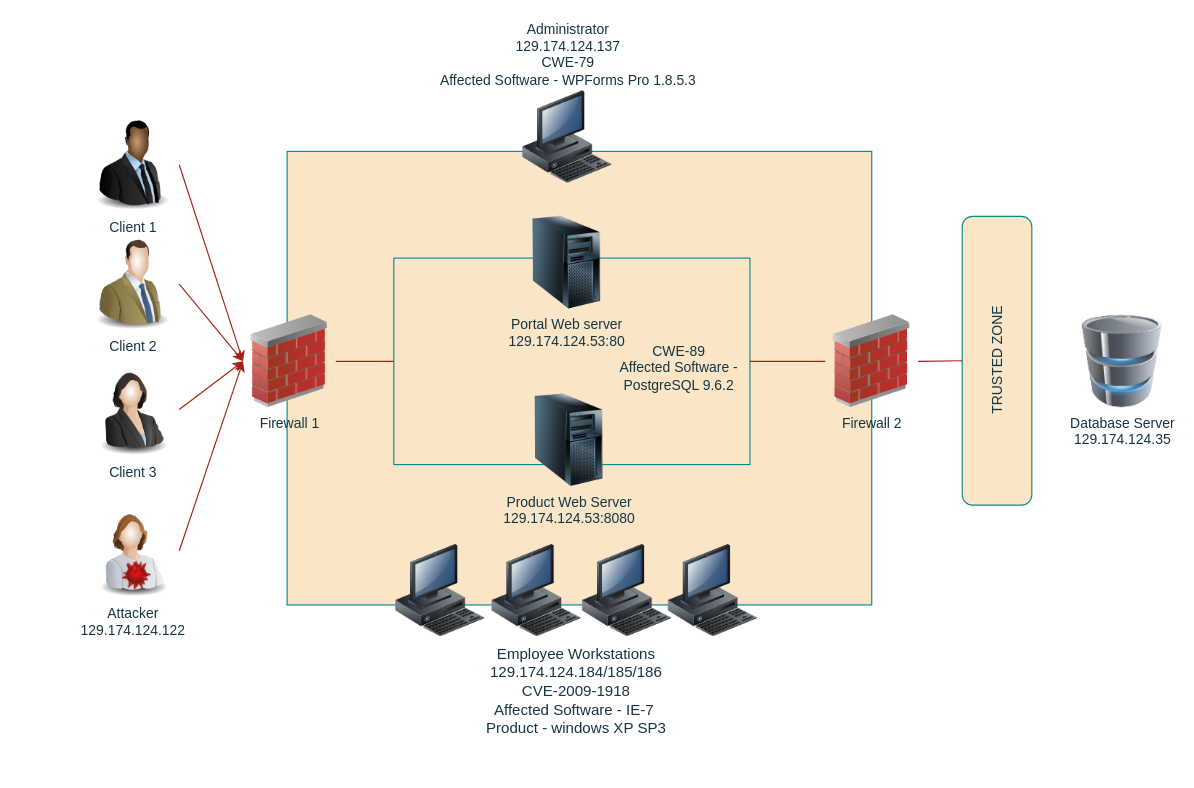
The draw.io diagram Untitled Diagram.drawio in Akshitha181203/BTP, before the edit. Source tidied: cells renumbered, new cells numbered last; positions are measured from the earlier drawing's top-left corner, leaving out a move shared by most shapes. Both pictures are drawn from the tidied source at 116%, with x=0, y=0 at pixel (86, 90).
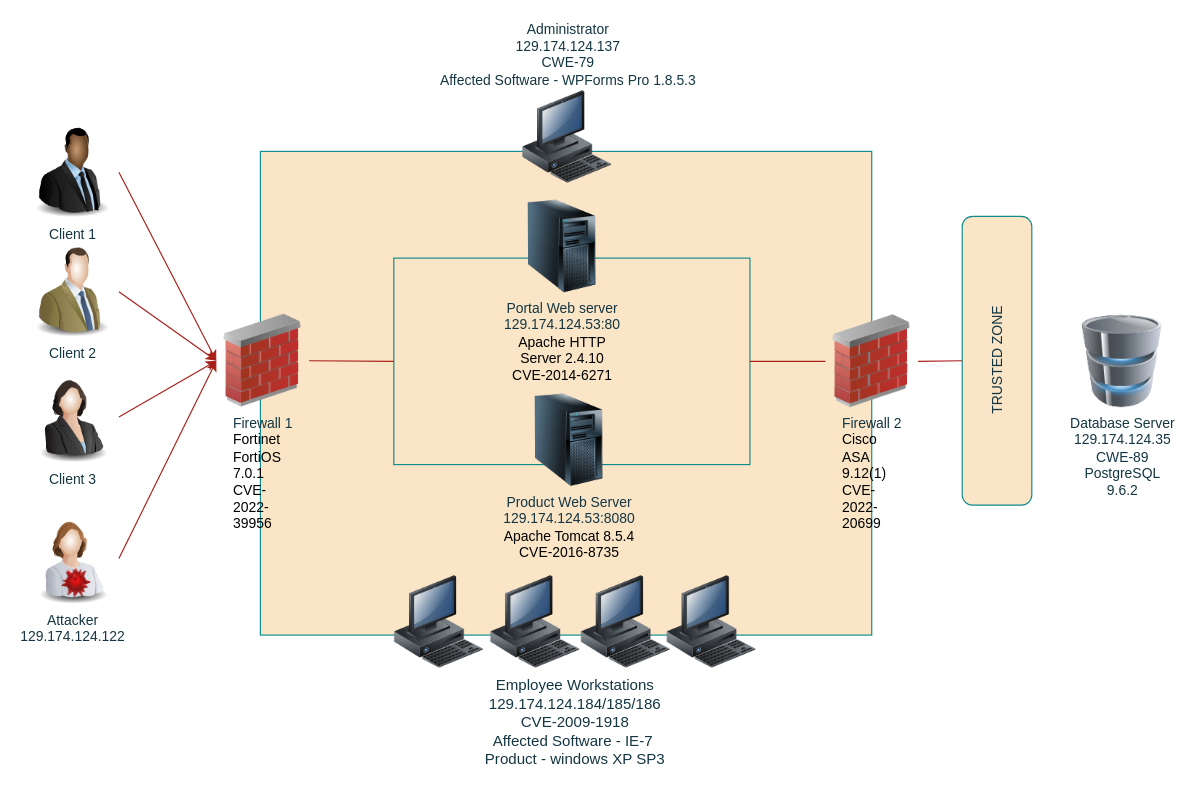
Above is the later version.

Diff of the diagram source:
```diff
@@
     <mxCell id="2" style="rounded=0;whiteSpace=wrap;html=1;labelBackgroundColor=none;fillColor=#FAE5C7;strokeColor=#0F8B8D;fontColor=#143642;" parent="1" vertex="1">
-      <mxGeometry x="173" y="52" width="504" height="391" as="geometry" />
+      <mxGeometry x="150" y="52" width="527" height="417" as="geometry" />
     </mxCell>
     <mxCell id="3" value="Client 3" style="image;html=1;image=img/lib/clip_art/people/Suit_Woman_128x128.png;labelBackgroundColor=none;fillColor=#FAE5C7;strokeColor=#0F8B8D;fontColor=#143642;" parent="1" vertex="1">
-      <mxGeometry y="234.5" width="80" height="80" as="geometry" />
+      <mxGeometry x="-52" y="241" width="80" height="80" as="geometry" />
     </mxCell>
     <mxCell id="4" value="Client 2" style="image;html=1;image=img/lib/clip_art/people/Suit_Man_Green_128x128.png;labelBackgroundColor=none;fillColor=#FAE5C7;strokeColor=#0F8B8D;fontColor=#143642;" parent="1" vertex="1">
-      <mxGeometry y="126.5" width="80" height="80" as="geometry" />
+      <mxGeometry x="-52" y="133" width="80" height="80" as="geometry" />
     </mxCell>
     <mxCell id="5" value="Client 1" style="image;html=1;image=img/lib/clip_art/people/Suit_Man_Black_128x128.png;labelBackgroundColor=none;fillColor=#FAE5C7;strokeColor=#0F8B8D;fontColor=#143642;" parent="1" vertex="1">
-      <mxGeometry y="23.5" width="80" height="80" as="geometry" />
+      <mxGeometry x="-52" y="30" width="80" height="80" as="geometry" />
     </mxCell>
-    <mxCell id="6" value="Database Server&lt;div&gt;129.174.124.35&lt;br&gt;&lt;/div&gt;" style="image;html=1;image=img/lib/clip_art/computers/Database_128x128.png;labelBackgroundColor=none;fillColor=#FAE5C7;strokeColor=#0F8B8D;fontColor=#143642;" parent="1" vertex="1">
+    <mxCell id="6" value="Database Server&lt;div&gt;129.174.124.35&lt;br&gt;&lt;/div&gt;&lt;div&gt;&lt;span style=&quot;white-space: normal;&quot;&gt;CWE-89&lt;/span&gt;&lt;div style=&quot;white-space: normal;&quot;&gt;PostgreSQL 9.6.2&lt;/div&gt;&lt;/div&gt;" style="image;html=1;image=img/lib/clip_art/computers/Database_128x128.png;labelBackgroundColor=none;fillColor=#FAE5C7;strokeColor=#0F8B8D;fontColor=#143642;" parent="1" vertex="1">
       <mxGeometry x="853" y="193" width="80" height="80" as="geometry" />
     </mxCell>
@@
     <mxCell id="8" value="Attacker&lt;div&gt;129.174.124.122&lt;/div&gt;&lt;div&gt;&lt;br&gt;&lt;/div&gt;" style="image;html=1;image=img/lib/clip_art/people/Worker_Woman_128x128.png;labelBackgroundColor=none;fillColor=#FAE5C7;strokeColor=#0F8B8D;fontColor=#143642;" parent="1" vertex="1">
-      <mxGeometry y="356.5" width="80" height="80" as="geometry" />
+      <mxGeometry x="-52" y="363" width="80" height="80" as="geometry" />
     </mxCell>
     <mxCell id="9" style="image;html=1;image=img/lib/clip_art/computers/Virus_128x128.png;labelBackgroundColor=none;fillColor=#FAE5C7;strokeColor=#0F8B8D;fontColor=#143642;" parent="1" vertex="1">
-      <mxGeometry x="31" y="394.5" width="25" height="47" as="geometry" />
+      <mxGeometry x="-21" y="401" width="25" height="47" as="geometry" />
     </mxCell>
-    <mxCell id="10" value="Firewall 1" style="image;html=1;image=img/lib/clip_art/networking/Firewall_02_128x128.png;labelBackgroundColor=none;fillColor=#FAE5C7;strokeColor=#0F8B8D;fontColor=#143642;" parent="1" vertex="1">
-      <mxGeometry x="135" y="193" width="80" height="80" as="geometry" />
+    <mxCell id="10" value="&lt;div&gt;Firewall 1&lt;div&gt;&lt;div style=&quot;caret-color: rgb(0, 0, 0); color: rgb(0, 0, 0); text-align: start; white-space: normal;&quot;&gt;&lt;font face=&quot;Helvetica&quot;&gt;Fortinet FortiOS 7.0.1&lt;/font&gt;&lt;/div&gt;&lt;/div&gt;&lt;div style=&quot;caret-color: rgb(0, 0, 0); color: rgb(0, 0, 0); text-align: start; white-space: normal;&quot;&gt;&lt;div&gt;&lt;font&gt;CVE-2022-39956&lt;/font&gt;&lt;/div&gt;&lt;/div&gt;&lt;div style=&quot;caret-color: rgb(0, 0, 0); color: rgb(0, 0, 0); text-align: start; white-space: normal;&quot;&gt;&lt;font face=&quot;Helvetica&quot;&gt;&lt;/font&gt;&lt;/div&gt;&lt;/div&gt;" style="image;html=1;image=img/lib/clip_art/networking/Firewall_02_128x128.png;labelBackgroundColor=none;fillColor=#FAE5C7;strokeColor=#0F8B8D;fontColor=#143642;" parent="1" vertex="1">
+      <mxGeometry x="112" y="192.5" width="80" height="80" as="geometry" />
     </mxCell>
@@
-    <mxCell id="12" value="Firewall 2" style="image;html=1;image=img/lib/clip_art/networking/Firewall_02_128x128.png;labelBackgroundColor=none;fillColor=#FAE5C7;strokeColor=#0F8B8D;fontColor=#143642;" parent="1" vertex="1">
+    <mxCell id="12" value="Firewall 2&lt;div&gt;&lt;div style=&quot;caret-color: rgb(0, 0, 0); color: rgb(0, 0, 0); text-align: start; white-space: normal;&quot;&gt;&lt;font face=&quot;Helvetica&quot;&gt;Cisco ASA 9.12(1)&lt;/font&gt;&lt;/div&gt;&lt;/div&gt;&lt;div style=&quot;caret-color: rgb(0, 0, 0); color: rgb(0, 0, 0); text-align: start; white-space: normal;&quot;&gt;&lt;div&gt;&lt;font&gt;CVE-2022-20699&lt;/font&gt;&lt;/div&gt;&lt;/div&gt;" style="image;html=1;image=img/lib/clip_art/networking/Firewall_02_128x128.png;labelBackgroundColor=none;fillColor=#FAE5C7;strokeColor=#0F8B8D;fontColor=#143642;" parent="1" vertex="1">
       <mxGeometry x="637" y="193" width="80" height="80" as="geometry" />
     </mxCell>
@@
     <mxCell id="17" value="Employee Workstations&#10;129.174.124.184/185/186&#10;CVE-2009-1918&#10;Affected Software - IE-7 &#10;Product - windows XP SP3" style="group;labelPosition=center;verticalLabelPosition=bottom;align=center;verticalAlign=top;labelBackgroundColor=none;fontColor=#143642;fontSize=13;" parent="1" vertex="1">
-      <mxGeometry x="265" y="391" width="315" height="80" as="geometry" />
+      <mxGeometry x="264" y="418" width="315" height="80" as="geometry" />
     </mxCell>
@@
-    <mxCell id="22" value="Product Web Server&lt;div&gt;129.174.124.53:8080&lt;/div&gt;" style="image;html=1;image=img/lib/clip_art/computers/Server_Tower_128x128.png;labelBackgroundColor=none;fillColor=#FAE5C7;strokeColor=#0F8B8D;fontColor=#143642;" parent="1" vertex="1">
+    <mxCell id="22" value="Product Web Server&lt;div&gt;129.174.124.53:8080&lt;/div&gt;&lt;div&gt;&lt;div&gt;&lt;div style=&quot;caret-color: rgb(0, 0, 0); color: rgb(0, 0, 0); white-space: normal;&quot;&gt;&lt;font face=&quot;Helvetica&quot;&gt;Apache Tomcat 8.5.4&lt;/font&gt;&lt;/div&gt;&lt;/div&gt;&lt;div style=&quot;white-space: normal; caret-color: rgb(0, 0, 0); color: rgb(0, 0, 0);&quot;&gt;CVE-2016-8735&lt;/div&gt;&lt;/div&gt;" style="image;html=1;image=img/lib/clip_art/computers/Server_Tower_128x128.png;labelBackgroundColor=none;fillColor=#FAE5C7;strokeColor=#0F8B8D;fontColor=#143642;" parent="1" vertex="1">
       <mxGeometry x="376" y="261" width="80" height="80" as="geometry" />
     </mxCell>
-    <mxCell id="23" value="Portal Web server&lt;div&gt;129.174.124.53:80&lt;br&gt;&lt;/div&gt;" style="image;html=1;image=img/lib/clip_art/computers/Server_Tower_128x128.png;labelBackgroundColor=none;fillColor=#FAE5C7;strokeColor=#0F8B8D;fontColor=#143642;" parent="1" vertex="1">
-      <mxGeometry x="374" y="108" width="80" height="80" as="geometry" />
+    <mxCell id="23" value="&lt;font&gt;Portal Web server&lt;/font&gt;&lt;div&gt;&lt;font&gt;129.174.124.53:80&lt;br&gt;&lt;/font&gt;&lt;/div&gt;&lt;div&gt;&lt;div style=&quot;caret-color: rgb(0, 0, 0); color: rgb(0, 0, 0); white-space: normal;&quot;&gt;&lt;font face=&quot;Helvetica&quot;&gt;Apache HTTP Server 2.4.10&lt;/font&gt;&lt;/div&gt;&lt;/div&gt;&lt;div style=&quot;caret-color: rgb(0, 0, 0); color: rgb(0, 0, 0); white-space: normal;&quot;&gt;&lt;div&gt;&lt;font&gt;CVE-2014-6271&lt;/font&gt;&lt;/div&gt;&lt;/div&gt;" style="image;html=1;image=img/lib/clip_art/computers/Server_Tower_128x128.png;labelBackgroundColor=none;fillColor=#FAE5C7;strokeColor=#0F8B8D;fontColor=#143642;align=center;" parent="1" vertex="1">
+      <mxGeometry x="370" y="94" width="80" height="80" as="geometry" />
     </mxCell>
@@
-    <mxCell id="28" value="CWE-89&lt;div&gt;Affected Software - PostgreSQL 9.6.2&lt;/div&gt;" style="text;strokeColor=none;align=center;fillColor=none;html=1;verticalAlign=middle;whiteSpace=wrap;rounded=0;fontColor=#143642;" parent="1" vertex="1">
-      <mxGeometry x="448" y="224" width="126" height="30" as="geometry" />
-    </mxCell>
```
